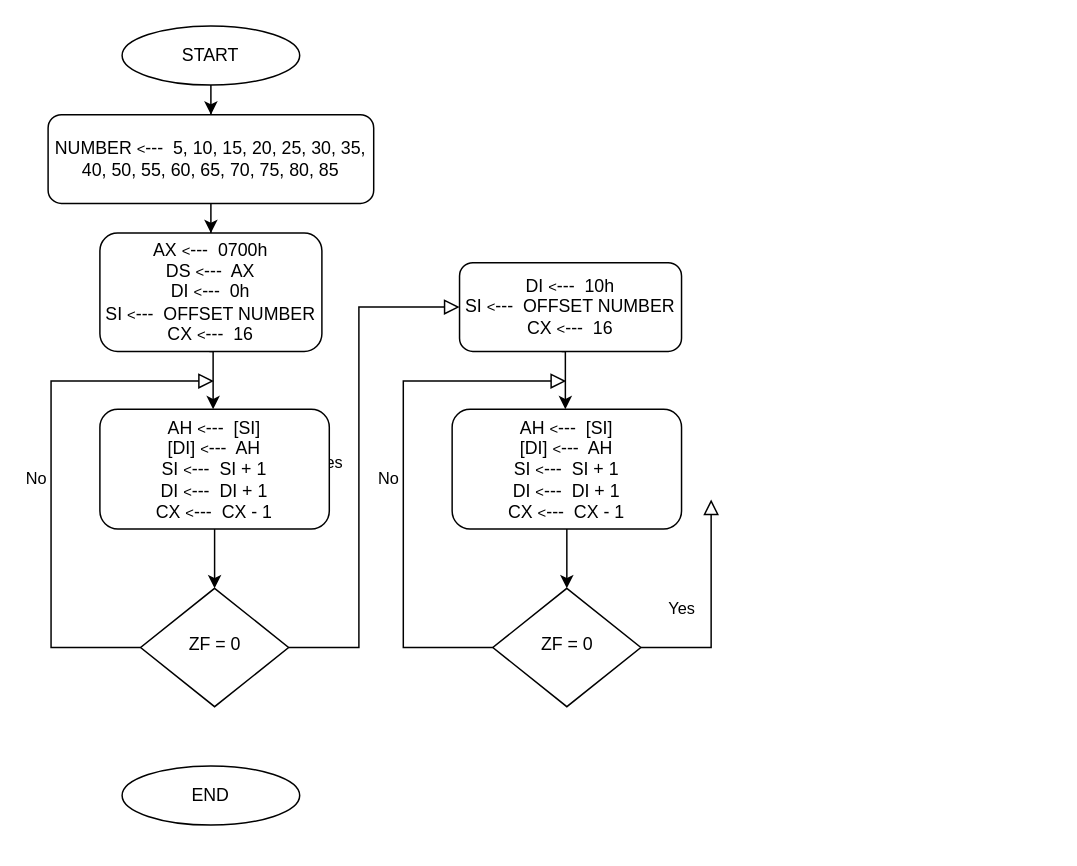
Earlier version of the draw.io diagram micro4.drawio (mmuurraatt/My-Projects-On-Github). Source tidied: cells renumbered, new cells numbered last; positions are measured from the earlier drawing's top-left corner, leaving out a move shared by most shapes. Both pictures are drawn from the tidied source at 148%, with x=0, y=0 at pixel (47, 25).
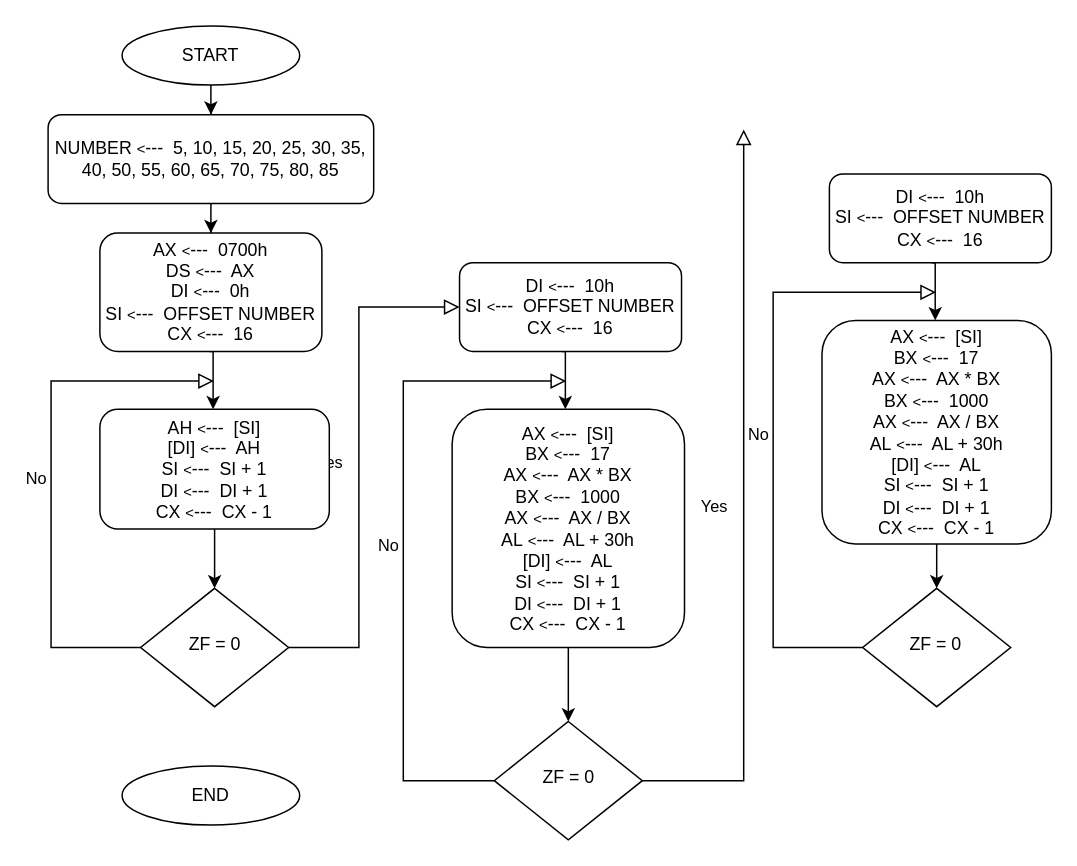
The same diagram, later.

Diff of the diagram source:
```diff
@@
     <mxCell id="17" value="Yes" style="rounded=0;html=1;jettySize=auto;fontSize=11;endArrow=block;endFill=0;endSize=8;strokeWidth=1;shadow=0;labelBackgroundColor=none;edgeStyle=orthogonalEdgeStyle;" parent="1" edge="1" source="19">
       <mxGeometry y="20" relative="1" as="geometry">
-        <mxPoint x="448" y="320" as="targetPoint" />
+        <mxPoint x="470" y="70" as="targetPoint" />
         <Array as="points">
-          <mxPoint x="448" y="420" />
-          <mxPoint x="448" y="390" />
+          <mxPoint x="470" y="510" />
         </Array>
       </mxGeometry>
     </mxCell>
     <mxCell id="18" value="No" style="edgeStyle=orthogonalEdgeStyle;rounded=0;html=1;jettySize=auto;fontSize=11;endArrow=block;endFill=0;endSize=8;strokeWidth=1;shadow=0;labelBackgroundColor=none;exitX=0;exitY=0.5;exitDx=0;exitDy=0;" parent="1" edge="1" source="19">
       <mxGeometry y="10" relative="1" as="geometry">
         <mxPoint x="350" y="240" as="targetPoint" />
         <Array as="points">
-          <mxPoint x="240" y="420" />
+          <mxPoint x="240" y="510" />
           <mxPoint x="240" y="240" />
         </Array>
       </mxGeometry>
     </mxCell>
     <mxCell id="19" value="ZF = 0" style="rhombus;whiteSpace=wrap;html=1;shadow=0;fontFamily=Helvetica;fontSize=12;align=center;strokeWidth=1;spacing=6;spacingTop=-4;" parent="1" vertex="1">
-      <mxGeometry x="300.5" y="380" width="100" height="80" as="geometry" />
+      <mxGeometry x="301.5" y="470" width="100" height="80" as="geometry" />
     </mxCell>
@@
-    <mxCell id="21" style="edgeStyle=orthogonalEdgeStyle;rounded=0;jettySize=auto;html=1;fontSize=12;" parent="1" edge="1" source="22">
-      <mxGeometry relative="1" as="geometry">
-        <mxPoint x="350.5" y="380" as="targetPoint" />
-        <Array as="points">
-          <mxPoint x="348" y="340" />
-          <mxPoint x="348" y="340" />
-        </Array>
-      </mxGeometry>
-    </mxCell>
+    <mxCell id="23" style="edgeStyle=orthogonalEdgeStyle;rounded=0;jettySize=auto;html=1;" parent="1" edge="1" source="22" target="19">
+      <mxGeometry relative="1" as="geometry" />
+    </mxCell>
-    <mxCell id="22" value="AH&amp;nbsp;&lt;font size=&quot;1&quot;&gt;&amp;lt;&lt;/font&gt;---&amp;nbsp; [SI]&lt;br&gt;[DI]&amp;nbsp;&lt;font style=&quot;font-size: 10px&quot;&gt;&amp;lt;&lt;/font&gt;&lt;font style=&quot;font-size: 12px&quot;&gt;---&lt;/font&gt;&amp;nbsp; AH&lt;br&gt;SI&amp;nbsp;&lt;font size=&quot;1&quot;&gt;&amp;lt;&lt;/font&gt;---&amp;nbsp; SI + 1&lt;br&gt;DI&amp;nbsp;&lt;font style=&quot;font-size: 10px&quot;&gt;&amp;lt;&lt;/font&gt;---&amp;nbsp; DI + 1&lt;br&gt;CX&amp;nbsp;&lt;font style=&quot;font-size: 10px&quot;&gt;&amp;lt;&lt;/font&gt;---&amp;nbsp; CX - 1" style="rounded=1;whiteSpace=wrap;html=1;fontSize=12;glass=0;strokeWidth=1;shadow=0;" parent="1" vertex="1">
-      <mxGeometry x="273" y="259" width="155" height="81" as="geometry" />
+    <mxCell id="22" value="AX&amp;nbsp;&lt;font size=&quot;1&quot;&gt;&amp;lt;&lt;/font&gt;---&amp;nbsp; [SI]&lt;br&gt;BX&amp;nbsp;&lt;font style=&quot;font-size: 10px&quot;&gt;&amp;lt;&lt;/font&gt;&lt;font style=&quot;font-size: 12px&quot;&gt;---&lt;/font&gt;&amp;nbsp; 17&lt;br&gt;AX&amp;nbsp;&lt;font size=&quot;1&quot;&gt;&amp;lt;&lt;/font&gt;---&amp;nbsp; AX * BX&lt;br&gt;BX&amp;nbsp;&lt;font size=&quot;1&quot;&gt;&amp;lt;&lt;/font&gt;---&amp;nbsp; 1000&lt;br&gt;AX&amp;nbsp;&lt;font style=&quot;font-size: 10px&quot;&gt;&amp;lt;&lt;/font&gt;---&amp;nbsp; AX / BX&lt;br&gt;AL&amp;nbsp;&lt;font style=&quot;font-size: 10px&quot;&gt;&amp;lt;&lt;/font&gt;---&amp;nbsp; AL + 30h&lt;br&gt;[DI]&amp;nbsp;&lt;font size=&quot;1&quot;&gt;&amp;lt;&lt;/font&gt;---&amp;nbsp; AL&lt;br&gt;SI&amp;nbsp;&lt;font size=&quot;1&quot;&gt;&amp;lt;&lt;/font&gt;---&amp;nbsp; SI + 1&lt;br&gt;DI&amp;nbsp;&lt;font size=&quot;1&quot;&gt;&amp;lt;&lt;/font&gt;---&amp;nbsp; DI + 1&lt;br&gt;CX&amp;nbsp;&lt;font size=&quot;1&quot;&gt;&amp;lt;&lt;/font&gt;---&amp;nbsp; CX - 1" style="rounded=1;whiteSpace=wrap;html=1;fontSize=12;glass=0;strokeWidth=1;shadow=0;" parent="1" vertex="1">
+      <mxGeometry x="273" y="259" width="157" height="161" as="geometry" />
     </mxCell>
+    <mxCell id="24" style="edgeStyle=orthogonalEdgeStyle;rounded=0;orthogonalLoop=1;jettySize=auto;html=1;fontSize=12;" parent="1" edge="1">
+      <mxGeometry relative="1" as="geometry">
+        <mxPoint x="596.9" y="160" as="sourcePoint" />
+        <mxPoint x="599.4" y="199" as="targetPoint" />
+      </mxGeometry>
+    </mxCell>
+    <mxCell id="25" value="DI&amp;nbsp;&lt;font size=&quot;1&quot;&gt;&amp;lt;&lt;/font&gt;---&amp;nbsp; 10h&lt;br&gt;SI&amp;nbsp;&lt;font size=&quot;1&quot;&gt;&amp;lt;&lt;/font&gt;---&amp;nbsp; OFFSET NUMBER&lt;br&gt;CX&amp;nbsp;&lt;font size=&quot;1&quot;&gt;&amp;lt;&lt;/font&gt;---&amp;nbsp; 16" style="rounded=1;whiteSpace=wrap;html=1;fontSize=12;glass=0;strokeWidth=1;shadow=0;" parent="1" vertex="1">
+      <mxGeometry x="527.9" y="100" width="150" height="60" as="geometry" />
+    </mxCell>
+    <mxCell id="26" value="No" style="edgeStyle=orthogonalEdgeStyle;rounded=0;html=1;jettySize=auto;fontSize=11;endArrow=block;endFill=0;endSize=8;strokeWidth=1;shadow=0;labelBackgroundColor=none;exitX=0;exitY=0.5;exitDx=0;exitDy=0;" parent="1" edge="1" source="27">
+      <mxGeometry y="10" relative="1" as="geometry">
+        <mxPoint x="599.9" y="180" as="targetPoint" />
+        <Array as="points">
+          <mxPoint x="489.9" y="420" />
+          <mxPoint x="489.9" y="180" />
+        </Array>
+      </mxGeometry>
+    </mxCell>
+    <mxCell id="27" value="ZF = 0" style="rhombus;whiteSpace=wrap;html=1;shadow=0;fontFamily=Helvetica;fontSize=12;align=center;strokeWidth=1;spacing=6;spacingTop=-4;" parent="1" vertex="1">
+      <mxGeometry x="550.4" y="380" width="100" height="80" as="geometry" />
+    </mxCell>
+    <mxCell id="28" style="edgeStyle=orthogonalEdgeStyle;rounded=0;orthogonalLoop=1;jettySize=auto;html=1;exitX=0.5;exitY=1;exitDx=0;exitDy=0;fontSize=9;" parent="1" edge="1" source="25" target="25">
+      <mxGeometry relative="1" as="geometry" />
+    </mxCell>
+    <mxCell id="29" style="edgeStyle=orthogonalEdgeStyle;rounded=0;jettySize=auto;html=1;" parent="1" edge="1" source="30" target="27">
+      <mxGeometry relative="1" as="geometry" />
+    </mxCell>
+    <mxCell id="30" value="AX&amp;nbsp;&lt;font size=&quot;1&quot;&gt;&amp;lt;&lt;/font&gt;---&amp;nbsp; [SI]&lt;br&gt;BX&amp;nbsp;&lt;font style=&quot;font-size: 10px&quot;&gt;&amp;lt;&lt;/font&gt;&lt;font style=&quot;font-size: 12px&quot;&gt;---&lt;/font&gt;&amp;nbsp; 17&lt;br&gt;AX&amp;nbsp;&lt;font size=&quot;1&quot;&gt;&amp;lt;&lt;/font&gt;---&amp;nbsp; AX * BX&lt;br&gt;BX&amp;nbsp;&lt;font size=&quot;1&quot;&gt;&amp;lt;&lt;/font&gt;---&amp;nbsp; 1000&lt;br&gt;AX&amp;nbsp;&lt;font style=&quot;font-size: 10px&quot;&gt;&amp;lt;&lt;/font&gt;---&amp;nbsp; AX / BX&lt;br&gt;AL&amp;nbsp;&lt;font style=&quot;font-size: 10px&quot;&gt;&amp;lt;&lt;/font&gt;---&amp;nbsp; AL + 30h&lt;br&gt;[DI]&amp;nbsp;&lt;font size=&quot;1&quot;&gt;&amp;lt;&lt;/font&gt;---&amp;nbsp; AL&lt;br&gt;SI&amp;nbsp;&lt;font size=&quot;1&quot;&gt;&amp;lt;&lt;/font&gt;---&amp;nbsp; SI + 1&lt;br&gt;DI&amp;nbsp;&lt;font size=&quot;1&quot;&gt;&amp;lt;&lt;/font&gt;---&amp;nbsp; DI + 1&lt;br&gt;CX&amp;nbsp;&lt;font size=&quot;1&quot;&gt;&amp;lt;&lt;/font&gt;---&amp;nbsp; CX - 1" style="rounded=1;whiteSpace=wrap;html=1;fontSize=12;glass=0;strokeWidth=1;shadow=0;" parent="1" vertex="1">
+      <mxGeometry x="522.9" y="199" width="155" height="151" as="geometry" />
+    </mxCell>
```
